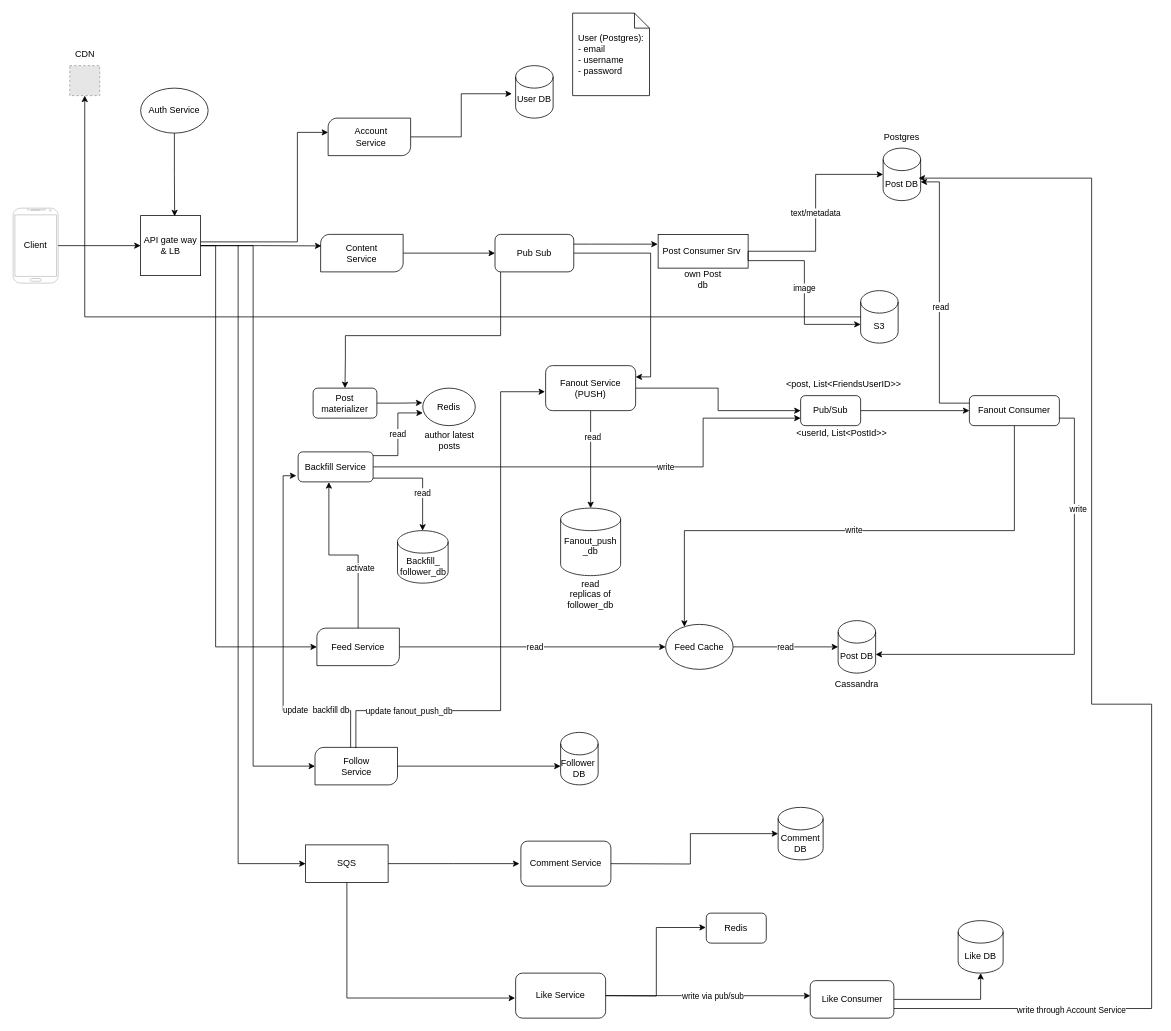
Above: page "High Level Architecture" (1 of 2) of server/diagram/insta.drawio in hohoho1886/Instagram (draw.io), before the change. Source tidied: cells renumbered, new cells numbered last; positions are measured from the earlier drawing's top-left corner, leaving out a move shared by most shapes. Both pictures are drawn from the tidied source at 75%, with x=0, y=0 at pixel (13, 13). Pictures stored in the file or linked from it are replaced by grey dashed boxes.
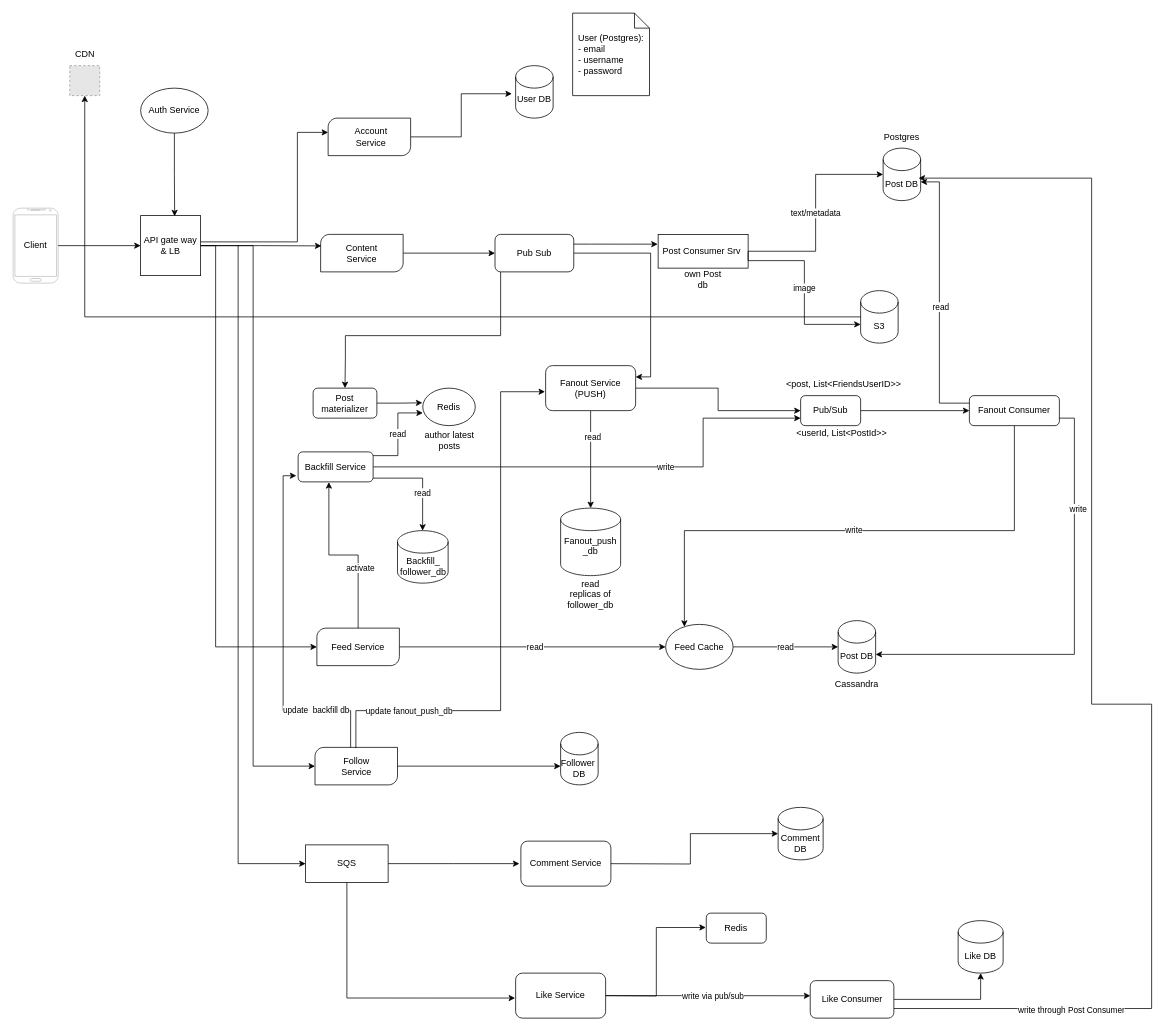
Above is the later version.

Commit message (it also covers changes not shown here):
feat: account service update followers count correctly

The change refers to these unchanged cells:
```xml
<mxCell id="70" style="edgeStyle=orthogonalEdgeStyle;rounded=0;orthogonalLoop=1;jettySize=auto;html=1;entryX=0.986;entryY=0.408;entryDx=0;entryDy=0;entryPerimeter=0;exitX=1.018;exitY=0.515;exitDx=0;exitDy=0;exitPerimeter=0;" parent="1" edge="1">
  <mxGeometry x="0.01" y="-10" relative="1" as="geometry">
    <mxPoint x="1174.2" y="1327.2" as="sourcePoint" />
    <mxPoint x="1207.3" y="220" as="targetPoint" />
    <Array as="points">
      <mxPoint x="1518" y="1327.4" />
      <mxPoint x="1518" y="921.4" />
      <mxPoint x="1438" y="921.4" />
      <mxPoint x="1438" y="220.4" />
    </Array>
  </mxGeometry>
</mxCell>
```

Change to the diagram source:
```diff
@@
-    <mxCell id="71" value="write through Account Service" style="edgeLabel;html=1;align=center;verticalAlign=middle;" parent="70" vertex="1">
+    <mxCell id="71" value="write through Post Consumer" style="edgeLabel;html=1;align=center;verticalAlign=middle;" parent="70" vertex="1">
       <mxGeometry x="-0.74" y="-1" relative="1" as="geometry">
         <mxPoint x="7" as="offset" />
       </mxGeometry>
     </mxCell>
```
